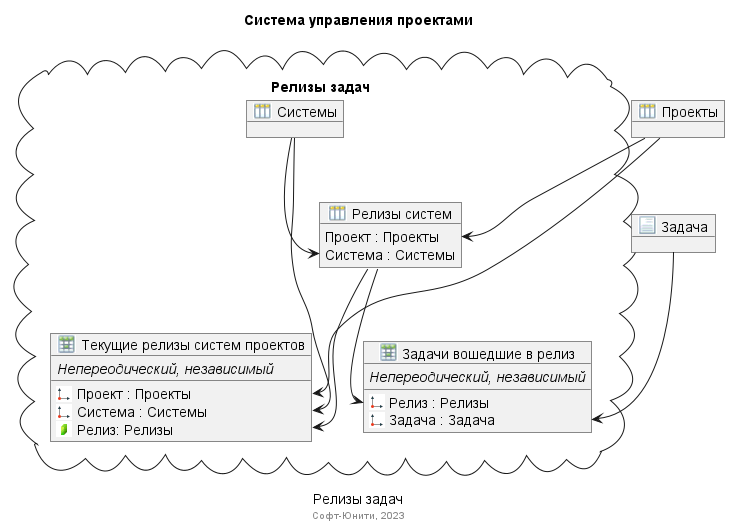
Before: out/Релизы/Релизы.png, a diagram exported from PlantUML (medm86/SUP). Its diagram source:
```plantuml
@startuml

!include /1ce-icons-for-plantuml/dist/common.puml
!include /1ce-icons-for-plantuml/dist/all.puml

title Система управления проектами
caption Релизы задач
footer Софт-Юнити, 2023

_Справочник(Проекты, "Проекты")
_Документ(Задача, "Задача")

package "Релизы задач" <<Cloud>> {

  _Справочник(Системы, "Системы")

  _Справочник(Релизы, "Релизы систем"){
    Проект : Проекты
    Система : Системы
  }

  Системы --> Релизы::Система
  Проекты --> Релизы::Проект

  _РегистрСведений(ТекущиеРелизыСистемыПроектов, "Текущие релизы систем проектов"){
    {abstract} Непереодический, независимый
    __
    <$d> Проект : Проекты
    <$d> Система : Системы
    <$r> Релиз: Релизы
  }

  Проекты --> ТекущиеРелизыСистемыПроектов::Проект
  Системы --> ТекущиеРелизыСистемыПроектов::Система
  Релизы --> ТекущиеРелизыСистемыПроектов::Релиз

  _РегистрСведений(ЗадачиВошедшиеВРелиз, "Задачи вошедшие в релиз"){
    {abstract} Непереодический, независимый
    __
    <$d> Релиз : Релизы
    <$d> Задача : Задача
  }

  Релизы --> ЗадачиВошедшиеВРелиз::Релиз
  Задача --> ЗадачиВошедшиеВРелиз::Задача

}

@enduml
```
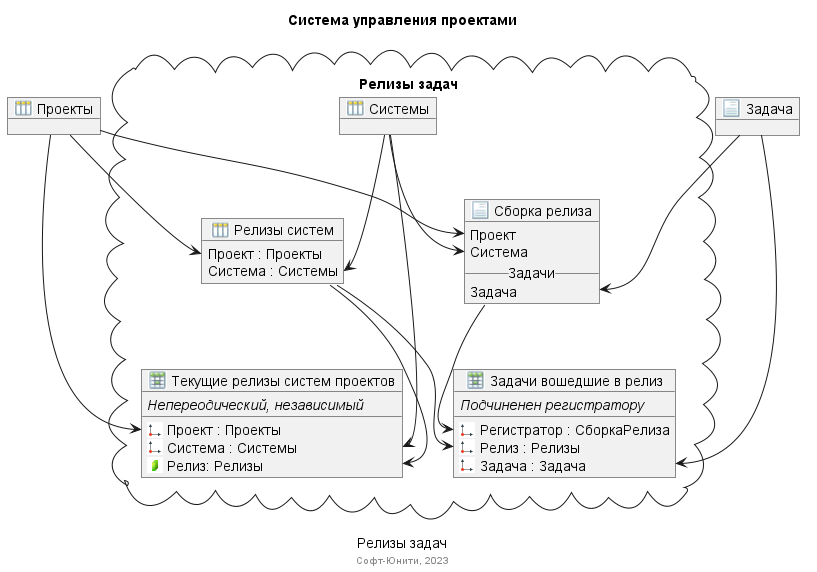
Later version of the same file.

What changed in the source:
```diff
@@ -34,13 +34,24 @@
   Системы --> ТекущиеРелизыСистемыПроектов::Система
   Релизы --> ТекущиеРелизыСистемыПроектов::Релиз
 
+  _Документ(СборкаРелиза, "Сборка релиза"){
+    Проект
+    Система
+    __Задачи__
+    Задача
+  }
+  Проекты --> СборкаРелиза::Проект
+  Системы --> СборкаРелиза::Система
+  Задача --> СборкаРелиза::Задача
+
   _РегистрСведений(ЗадачиВошедшиеВРелиз, "Задачи вошедшие в релиз"){
-    {abstract} Непереодический, независимый
+    {abstract} Подчиненен регистратору
     __
+    <$d> Регистратор : СборкаРелиза
     <$d> Релиз : Релизы
     <$d> Задача : Задача
   }
-
+  СборкаРелиза --> ЗадачиВошедшиеВРелиз::Регистратор
   Релизы --> ЗадачиВошедшиеВРелиз::Релиз
   Задача --> ЗадачиВошедшиеВРелиз::Задача
 
```
